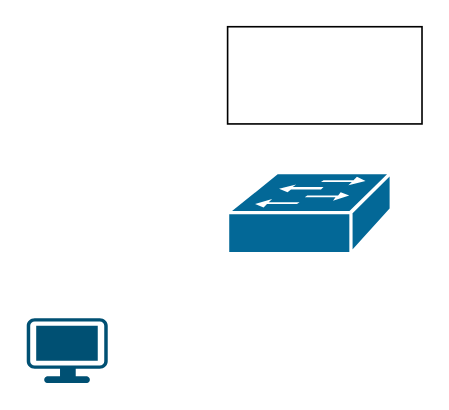
geekyome/draw keeps this draw.io diagram as essai.drawio. Above is the earlier version. Source tidied: cells renumbered, new cells numbered last; positions are measured from the earlier drawing's top-left corner, leaving out a move shared by most shapes. Both pictures are drawn from the tidied source at 162%, with x=0, y=0 at pixel (26, 26).
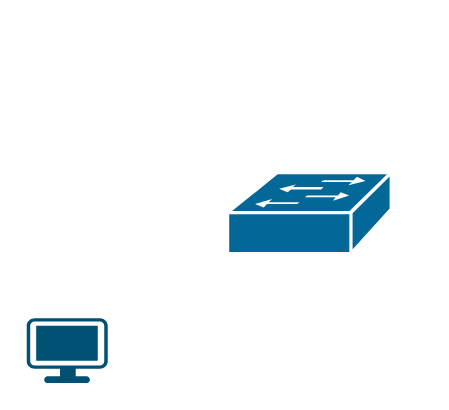
The same page after the edit.

Commit message (it also covers changes not shown here):
Mettre à jour essai.drawio

The edit, as a diff of the source:
```diff
@@
 <mxGraphModel>
   <root>
     <mxCell id="0" />
     <mxCell id="1" parent="0" />
-    <mxCell id="2" style="rounded=0;whiteSpace=wrap;html=1;" parent="1" vertex="1">
-      <mxGeometry x="124" width="120" height="60" as="geometry" />
-    </mxCell>
     <mxCell id="3" style="shape=mxgraph.cisco.switches.workgroup_switch;sketch=0;html=1;dashed=0;fillColor=#036897;strokeColor=#ffffff;strokeWidth=2;verticalLabelPosition=bottom;verticalAlign=top;align=center;" parent="1" vertex="1">
       <mxGeometry x="124" y="90" width="101" height="50" as="geometry" />
     </mxCell>
     <mxCell id="4" style="verticalLabelPosition=bottom;sketch=0;html=1;verticalAlign=top;align=center;shape=mxgraph.cisco19.workstation;fillColor=#005073;strokeColor=none;" parent="1" vertex="1">
       <mxGeometry y="180" width="50" height="40" as="geometry" />
     </mxCell>
   </root>
 </mxGraphModel>
```
